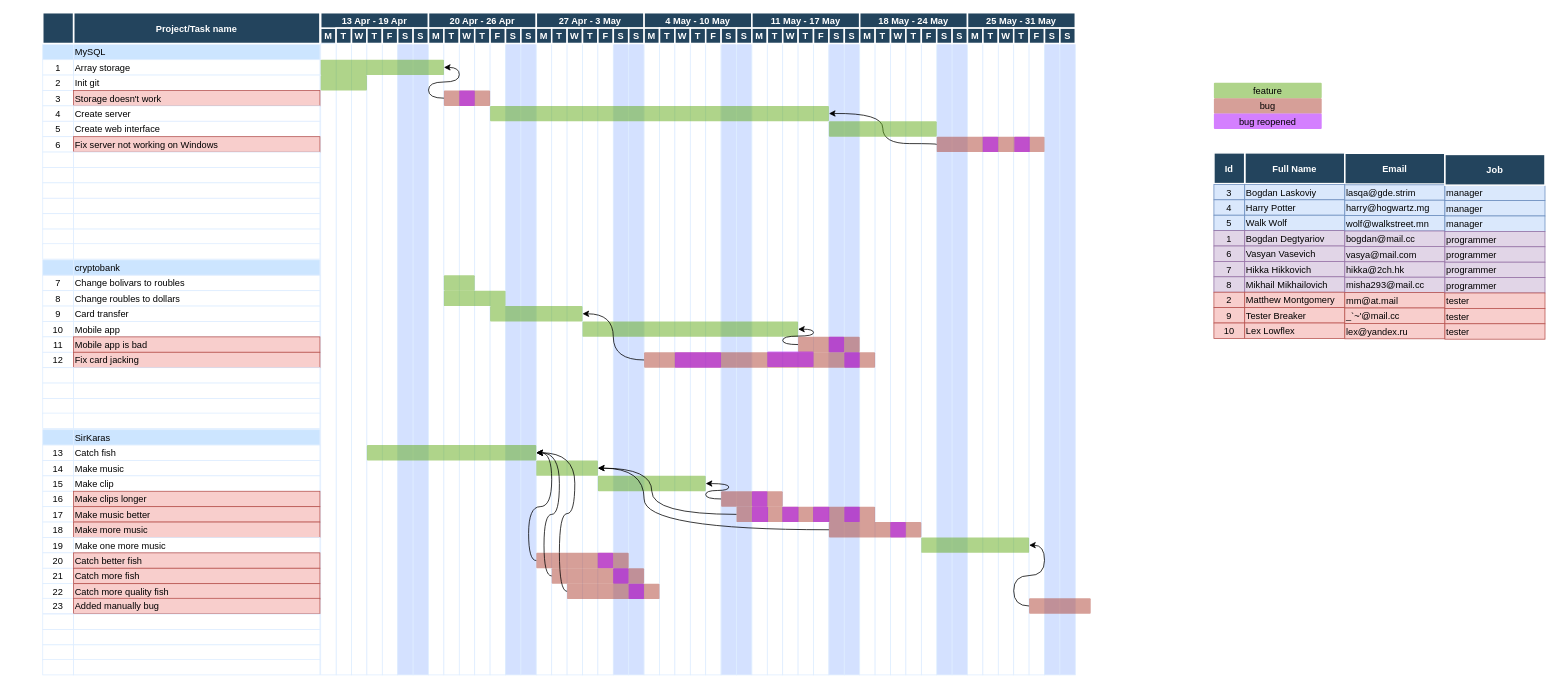
Earlier version of the draw.io diagram Untitled Diagram.drawio (rprtr258/rprtr258.github.io). Source tidied: cells renumbered, new cells numbered last; positions are measured from the earlier drawing's top-left corner, leaving out a move shared by most shapes. Both pictures are drawn from the tidied source at 77%, with x=0, y=0 at pixel (42, 12).
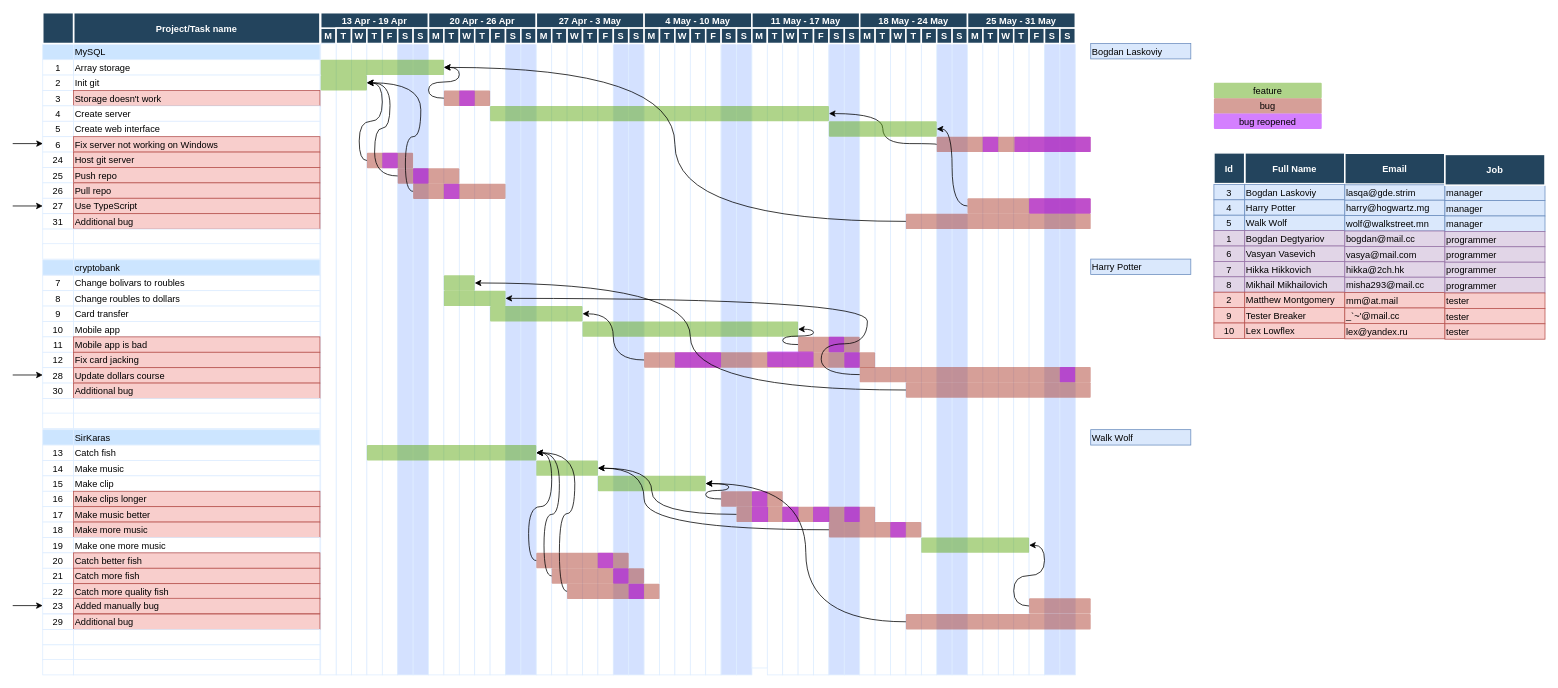
The same diagram, later.

The change refers to these unchanged cells:
```xml
<mxCell id="164" style="shape=mxgraph.flowchart.process;fillColor=#60a917;strokeColor=none;strokeWidth=2;opacity=50;fontColor=#ffffff;" parent="1" vertex="1">
  <mxGeometry x="361" y="81" width="60" height="20" as="geometry" />
</mxCell>
<mxCell id="167" style="shape=mxgraph.flowchart.process;fillColor=#60a917;strokeColor=none;strokeWidth=2;opacity=50;fontColor=#ffffff;" parent="1" vertex="1">
  <mxGeometry x="1021" y="141" width="140" height="20" as="geometry" />
</mxCell>
<mxCell id="169" style="shape=mxgraph.flowchart.process;fillColor=#60a917;strokeColor=none;strokeWidth=2;opacity=50;fontColor=#ffffff;" parent="1" vertex="1">
  <mxGeometry x="581" y="121" width="440" height="20" as="geometry" />
</mxCell>
<mxCell id="170" style="shape=mxgraph.flowchart.process;fillColor=#60a917;strokeColor=none;strokeWidth=2;opacity=50;fontColor=#ffffff;" parent="1" vertex="1">
  <mxGeometry x="521" y="341" width="40" height="20" as="geometry" />
</mxCell>
<mxCell id="171" style="shape=mxgraph.flowchart.process;fillColor=#60a917;strokeColor=none;strokeWidth=2;opacity=50;fontColor=#ffffff;" parent="1" vertex="1">
  <mxGeometry x="521" y="361" width="80" height="20" as="geometry" />
</mxCell>
<mxCell id="180" style="shape=mxgraph.flowchart.process;fillColor=#60a917;strokeColor=none;strokeWidth=2;opacity=50;fontColor=#ffffff;" parent="1" vertex="1">
  <mxGeometry x="721" y="601.5" width="140" height="20" as="geometry" />
</mxCell>
<mxCell id="187" style="shape=mxgraph.flowchart.process;fillColor=#60a917;strokeColor=none;strokeWidth=2;opacity=50;fontColor=#ffffff;" parent="1" vertex="1">
  <mxGeometry x="361" y="61" width="160" height="20" as="geometry" />
</mxCell>
```

The edit, as a diff of the source:
```diff
@@
     <mxCell id="95" style="strokeColor=#DEEDFF;" parent="1" vertex="1">
-      <mxGeometry x="921" y="40" width="20" height="820" as="geometry" />
+      <mxGeometry x="921" y="31" width="20" height="820" as="geometry" />
     </mxCell>
@@
     <mxCell id="106" style="edgeStyle=orthogonalEdgeStyle;curved=1;jettySize=auto;html=1;exitX=0;exitY=0.5;exitDx=0;exitDy=0;entryX=1;entryY=0.5;entryDx=0;entryDy=0;entryPerimeter=0;exitPerimeter=0;" parent="1" edge="1" source="168" target="169">
       <mxGeometry relative="1" as="geometry">
         <Array as="points">
+          <mxPoint x="1161" y="170" />
           <mxPoint x="1091" y="170" />
-          <mxPoint x="1091" y="130" />
+          <mxPoint x="1091" y="131" />
         </Array>
       </mxGeometry>
     </mxCell>
@@
     <mxCell id="168" style="shape=mxgraph.flowchart.process;fillColor=#AE4132;strokeColor=none;strokeWidth=2;opacity=50;" parent="1" vertex="1">
-      <mxGeometry x="1161" y="161" width="140" height="20" as="geometry" />
+      <mxGeometry x="1161" y="161" width="200" height="20" as="geometry" />
     </mxCell>
@@
     <mxCell id="192" style="shape=mxgraph.flowchart.process;fillColor=#aa00ff;strokeColor=none;strokeWidth=2;opacity=50;fontColor=#ffffff;" parent="1" vertex="1">
-      <mxGeometry x="1261.8" y="161" width="20" height="20" as="geometry" />
+      <mxGeometry x="1262" y="161" width="99" height="20" as="geometry" />
     </mxCell>
@@
-    <mxCell id="259" style="strokeColor=#DEEDFF;align=center;" parent="1" vertex="1">
+    <mxCell id="259" value="24" style="strokeColor=#DEEDFF;align=center;" parent="1" vertex="1">
       <mxGeometry y="181" width="40" height="20" as="geometry" />
     </mxCell>
-    <mxCell id="260" style="align=left;strokeColor=#DEEDFF;" parent="1" vertex="1">
+    <mxCell id="260" value="Host git server" style="align=left;strokeColor=#b85450;fillColor=#f8cecc;" parent="1" vertex="1">
       <mxGeometry x="40" y="181" width="320" height="20" as="geometry" />
     </mxCell>
-    <mxCell id="261" style="strokeColor=#DEEDFF;align=center;" parent="1" vertex="1">
+    <mxCell id="261" value="25" style="strokeColor=#DEEDFF;align=center;" parent="1" vertex="1">
       <mxGeometry y="201" width="40" height="20" as="geometry" />
     </mxCell>
-    <mxCell id="262" style="align=left;strokeColor=#DEEDFF;" parent="1" vertex="1">
+    <mxCell id="262" value="Push repo" style="align=left;strokeColor=#b85450;fillColor=#f8cecc;" parent="1" vertex="1">
       <mxGeometry x="40" y="201" width="320" height="20" as="geometry" />
     </mxCell>
-    <mxCell id="263" style="strokeColor=#DEEDFF;align=center;" parent="1" vertex="1">
+    <mxCell id="263" value="26" style="strokeColor=#DEEDFF;align=center;" parent="1" vertex="1">
       <mxGeometry y="221" width="40" height="20" as="geometry" />
     </mxCell>
-    <mxCell id="264" style="align=left;strokeColor=#DEEDFF;" parent="1" vertex="1">
+    <mxCell id="264" value="Pull repo" style="align=left;strokeColor=#b85450;fillColor=#f8cecc;" parent="1" vertex="1">
       <mxGeometry x="40" y="221" width="320" height="20" as="geometry" />
     </mxCell>
-    <mxCell id="265" style="strokeColor=#DEEDFF;align=center;" parent="1" vertex="1">
+    <mxCell id="265" value="27" style="strokeColor=#DEEDFF;align=center;" parent="1" vertex="1">
       <mxGeometry y="241" width="40" height="20" as="geometry" />
     </mxCell>
-    <mxCell id="266" style="align=left;strokeColor=#DEEDFF;" parent="1" vertex="1">
+    <mxCell id="266" value="Use TypeScript" style="align=left;strokeColor=#b85450;fillColor=#f8cecc;" parent="1" vertex="1">
       <mxGeometry x="40" y="241" width="320" height="20" as="geometry" />
     </mxCell>
-    <mxCell id="267" style="strokeColor=#DEEDFF;align=center;" parent="1" vertex="1">
+    <mxCell id="267" value="31" style="strokeColor=#DEEDFF;align=center;" parent="1" vertex="1">
       <mxGeometry y="261" width="40" height="20" as="geometry" />
     </mxCell>
-    <mxCell id="268" style="align=left;strokeColor=#DEEDFF;" parent="1" vertex="1">
+    <mxCell id="268" value="Additional bug" style="align=left;strokeColor=#b85450;fillColor=#f8cecc;" parent="1" vertex="1">
       <mxGeometry x="40" y="261" width="320" height="20" as="geometry" />
     </mxCell>
@@
-    <mxCell id="273" style="strokeColor=#DEEDFF;align=center;" parent="1" vertex="1">
+    <mxCell id="273" value="28" style="strokeColor=#DEEDFF;align=center;" parent="1" vertex="1">
       <mxGeometry y="461" width="40" height="20" as="geometry" />
     </mxCell>
-    <mxCell id="274" style="align=left;strokeColor=#DEEDFF;" parent="1" vertex="1">
+    <mxCell id="274" value="Update dollars course" style="align=left;strokeColor=#b85450;fillColor=#f8cecc;" parent="1" vertex="1">
       <mxGeometry x="40" y="461" width="320" height="20" as="geometry" />
     </mxCell>
-    <mxCell id="275" style="strokeColor=#DEEDFF;align=center;" parent="1" vertex="1">
+    <mxCell id="275" value="30" style="strokeColor=#DEEDFF;align=center;" parent="1" vertex="1">
       <mxGeometry y="481" width="40" height="20" as="geometry" />
     </mxCell>
-    <mxCell id="276" style="align=left;strokeColor=#DEEDFF;" parent="1" vertex="1">
+    <mxCell id="276" value="Additional bug" style="align=left;strokeColor=#b85450;fillColor=#f8cecc;" parent="1" vertex="1">
       <mxGeometry x="40" y="481" width="320" height="20" as="geometry" />
     </mxCell>
@@
-    <mxCell id="281" style="strokeColor=#DEEDFF;align=center;" parent="1" vertex="1">
+    <mxCell id="281" value="29" style="strokeColor=#DEEDFF;align=center;" parent="1" vertex="1">
       <mxGeometry y="781" width="40" height="20" as="geometry" />
     </mxCell>
-    <mxCell id="282" style="align=left;strokeColor=#DEEDFF;" parent="1" vertex="1">
+    <mxCell id="282" value="Additional bug" style="align=left;strokeColor=#b85450;fillColor=#f8cecc;" parent="1" vertex="1">
       <mxGeometry x="40" y="781" width="320" height="20" as="geometry" />
     </mxCell>
@@
+    <mxCell id="289" style="edgeStyle=orthogonalEdgeStyle;curved=1;jettySize=auto;html=1;exitX=0;exitY=0.5;exitDx=0;exitDy=0;exitPerimeter=0;entryX=1;entryY=0.5;entryDx=0;entryDy=0;entryPerimeter=0;fontColor=#000000;" parent="1" edge="1" source="290" target="164">
+      <mxGeometry relative="1" as="geometry">
+        <Array as="points">
+          <mxPoint x="411" y="192" />
+          <mxPoint x="411" y="141" />
+          <mxPoint x="441" y="141" />
+          <mxPoint x="441" y="91" />
+        </Array>
+      </mxGeometry>
+    </mxCell>
+    <mxCell id="290" style="shape=mxgraph.flowchart.process;fillColor=#AE4132;strokeColor=none;strokeWidth=2;opacity=50;" parent="1" vertex="1">
+      <mxGeometry x="421" y="182" width="60" height="20" as="geometry" />
+    </mxCell>
+    <mxCell id="291" style="shape=mxgraph.flowchart.process;fillColor=#aa00ff;strokeColor=none;strokeWidth=2;opacity=50;fontColor=#ffffff;" parent="1" vertex="1">
+      <mxGeometry x="441" y="182" width="20" height="20" as="geometry" />
+    </mxCell>
+    <mxCell id="292" style="edgeStyle=orthogonalEdgeStyle;curved=1;jettySize=auto;html=1;exitX=0;exitY=0.5;exitDx=0;exitDy=0;exitPerimeter=0;entryX=1;entryY=0.5;entryDx=0;entryDy=0;entryPerimeter=0;fontColor=#000000;" parent="1" edge="1" source="293" target="164">
+      <mxGeometry relative="1" as="geometry">
+        <Array as="points">
+          <mxPoint x="431" y="212" />
+          <mxPoint x="431" y="150" />
+          <mxPoint x="451" y="150" />
+          <mxPoint x="451" y="91" />
+        </Array>
+      </mxGeometry>
+    </mxCell>
+    <mxCell id="293" style="shape=mxgraph.flowchart.process;fillColor=#AE4132;strokeColor=none;strokeWidth=2;opacity=50;" parent="1" vertex="1">
+      <mxGeometry x="461" y="202" width="80" height="20" as="geometry" />
+    </mxCell>
+    <mxCell id="294" style="shape=mxgraph.flowchart.process;fillColor=#aa00ff;strokeColor=none;strokeWidth=2;opacity=50;fontColor=#ffffff;" parent="1" vertex="1">
+      <mxGeometry x="481" y="202" width="20" height="20" as="geometry" />
+    </mxCell>
+    <mxCell id="295" style="edgeStyle=orthogonalEdgeStyle;curved=1;jettySize=auto;html=1;exitX=0;exitY=0.5;exitDx=0;exitDy=0;exitPerimeter=0;entryX=1;entryY=0.5;entryDx=0;entryDy=0;entryPerimeter=0;fontColor=#000000;" parent="1" edge="1" source="296" target="164">
+      <mxGeometry relative="1" as="geometry">
+        <Array as="points">
+          <mxPoint x="471" y="232" />
+          <mxPoint x="471" y="161" />
+          <mxPoint x="491" y="161" />
+          <mxPoint x="491" y="91" />
+        </Array>
+      </mxGeometry>
+    </mxCell>
+    <mxCell id="296" style="shape=mxgraph.flowchart.process;fillColor=#AE4132;strokeColor=none;strokeWidth=2;opacity=50;" parent="1" vertex="1">
+      <mxGeometry x="481" y="222" width="120" height="20" as="geometry" />
+    </mxCell>
+    <mxCell id="297" style="shape=mxgraph.flowchart.process;fillColor=#aa00ff;strokeColor=none;strokeWidth=2;opacity=50;fontColor=#ffffff;" parent="1" vertex="1">
+      <mxGeometry x="521" y="222" width="20" height="20" as="geometry" />
+    </mxCell>
+    <mxCell id="298" style="edgeStyle=orthogonalEdgeStyle;curved=1;jettySize=auto;html=1;exitX=0;exitY=0.5;exitDx=0;exitDy=0;exitPerimeter=0;entryX=1;entryY=0.5;entryDx=0;entryDy=0;entryPerimeter=0;fontColor=#000000;" parent="1" edge="1" source="299" target="167">
+      <mxGeometry relative="1" as="geometry" />
+    </mxCell>
+    <mxCell id="299" style="shape=mxgraph.flowchart.process;fillColor=#AE4132;strokeColor=none;strokeWidth=2;opacity=50;" parent="1" vertex="1">
+      <mxGeometry x="1201" y="241" width="160" height="20" as="geometry" />
+    </mxCell>
+    <mxCell id="300" style="shape=mxgraph.flowchart.process;fillColor=#aa00ff;strokeColor=none;strokeWidth=2;opacity=50;fontColor=#ffffff;" parent="1" vertex="1">
+      <mxGeometry x="1281" y="241" width="80" height="20" as="geometry" />
+    </mxCell>
+    <mxCell id="301" style="endArrow=classic;html=1;fontColor=#000000;entryX=0;entryY=0.5;entryDx=0;entryDy=0;" parent="1" edge="1" target="265">
+      <mxGeometry relative="1" as="geometry">
+        <mxPoint x="-39" y="251" as="sourcePoint" />
+      </mxGeometry>
+    </mxCell>
+    <mxCell id="302" style="endArrow=classic;html=1;fontColor=#000000;entryX=0;entryY=0.5;entryDx=0;entryDy=0;" parent="1" edge="1">
+      <mxGeometry relative="1" as="geometry">
+        <mxPoint x="-39" y="170" as="sourcePoint" />
+        <mxPoint x="0.2" y="170" as="targetPoint" />
+      </mxGeometry>
+    </mxCell>
+    <mxCell id="303" style="edgeStyle=orthogonalEdgeStyle;curved=1;jettySize=auto;html=1;exitX=0;exitY=0.5;exitDx=0;exitDy=0;exitPerimeter=0;entryX=1;entryY=0.5;entryDx=0;entryDy=0;entryPerimeter=0;" parent="1" edge="1" source="304" target="171">
+      <mxGeometry relative="1" as="geometry">
+        <Array as="points">
+          <mxPoint x="1011" y="470" />
+          <mxPoint x="1011" y="430" />
+          <mxPoint x="1071" y="430" />
+          <mxPoint x="1071" y="371" />
+        </Array>
+      </mxGeometry>
+    </mxCell>
+    <mxCell id="304" style="shape=mxgraph.flowchart.process;fillColor=#AE4132;strokeColor=none;strokeWidth=2;opacity=50;" parent="1" vertex="1">
+      <mxGeometry x="1061" y="460" width="300" height="20" as="geometry" />
+    </mxCell>
+    <mxCell id="305" style="shape=mxgraph.flowchart.process;fillColor=#aa00ff;strokeColor=none;strokeWidth=2;opacity=50;fontColor=#ffffff;" parent="1" vertex="1">
+      <mxGeometry x="1320.8" y="460" width="20" height="20" as="geometry" />
+    </mxCell>
+    <mxCell id="306" style="endArrow=classic;html=1;fontColor=#000000;entryX=0;entryY=0.5;entryDx=0;entryDy=0;" parent="1" edge="1">
+      <mxGeometry relative="1" as="geometry">
+        <mxPoint x="-39" y="470.5" as="sourcePoint" />
+        <mxPoint y="470.5" as="targetPoint" />
+      </mxGeometry>
+    </mxCell>
+    <mxCell id="307" style="endArrow=classic;html=1;fontColor=#000000;entryX=0;entryY=0.5;entryDx=0;entryDy=0;" parent="1" edge="1">
+      <mxGeometry relative="1" as="geometry">
+        <mxPoint x="-39" y="770" as="sourcePoint" />
+        <mxPoint y="770" as="targetPoint" />
+      </mxGeometry>
+    </mxCell>
+    <mxCell id="308" style="edgeStyle=orthogonalEdgeStyle;curved=1;jettySize=auto;html=1;exitX=0;exitY=0.5;exitDx=0;exitDy=0;exitPerimeter=0;entryX=1;entryY=0.5;entryDx=0;entryDy=0;entryPerimeter=0;fontColor=#000000;" parent="1" edge="1" source="309" target="180">
+      <mxGeometry relative="1" as="geometry" />
+    </mxCell>
+    <mxCell id="309" style="shape=mxgraph.flowchart.process;fillColor=#AE4132;strokeColor=none;strokeWidth=2;opacity=50;" parent="1" vertex="1">
+      <mxGeometry x="1121" y="781" width="240" height="20" as="geometry" />
+    </mxCell>
+    <mxCell id="310" style="edgeStyle=orthogonalEdgeStyle;curved=1;jettySize=auto;html=1;exitX=0;exitY=0.5;exitDx=0;exitDy=0;exitPerimeter=0;entryX=1;entryY=0.5;entryDx=0;entryDy=0;entryPerimeter=0;fontColor=#000000;" parent="1" edge="1" source="311" target="170">
+      <mxGeometry relative="1" as="geometry" />
+    </mxCell>
+    <mxCell id="311" style="shape=mxgraph.flowchart.process;fillColor=#AE4132;strokeColor=none;strokeWidth=2;opacity=50;" parent="1" vertex="1">
+      <mxGeometry x="1121" y="480" width="240" height="20" as="geometry" />
+    </mxCell>
+    <mxCell id="312" style="edgeStyle=orthogonalEdgeStyle;curved=1;jettySize=auto;html=1;exitX=0;exitY=0.5;exitDx=0;exitDy=0;exitPerimeter=0;entryX=1;entryY=0.5;entryDx=0;entryDy=0;entryPerimeter=0;fontColor=#000000;" parent="1" edge="1" source="313" target="187">
+      <mxGeometry relative="1" as="geometry" />
+    </mxCell>
+    <mxCell id="313" style="shape=mxgraph.flowchart.process;fillColor=#AE4132;strokeColor=none;strokeWidth=2;opacity=50;" parent="1" vertex="1">
+      <mxGeometry x="1121" y="261" width="240" height="20" as="geometry" />
+    </mxCell>
+    <mxCell id="314" value="Bogdan Laskoviy" style="align=left;strokeColor=#6c8ebf;fillColor=#dae8fc;" parent="1" vertex="1">
+      <mxGeometry x="1361" y="40" width="130" height="20" as="geometry" />
+    </mxCell>
+    <mxCell id="315" value="Harry Potter" style="align=left;strokeColor=#6c8ebf;fillColor=#dae8fc;" parent="1" vertex="1">
+      <mxGeometry x="1361" y="320" width="130" height="20" as="geometry" />
+    </mxCell>
+    <mxCell id="316" value="Walk Wolf" style="align=left;strokeColor=#6c8ebf;fillColor=#dae8fc;" parent="1" vertex="1">
+      <mxGeometry x="1361" y="541.5" width="130" height="20" as="geometry" />
+    </mxCell>
```
